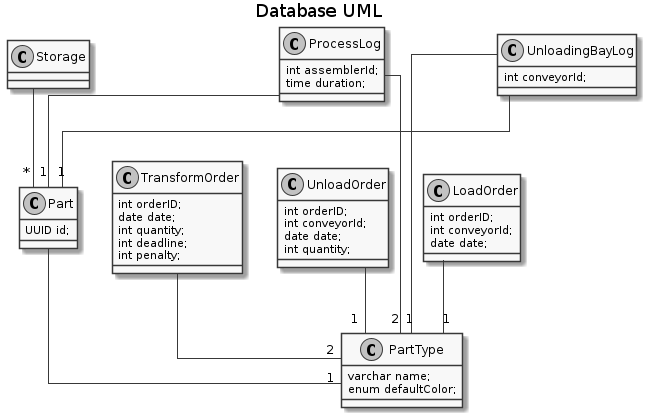
The PlantUML diagram docs/classes_uml/db.png in avrocha/plant-floor-control, before a commit.
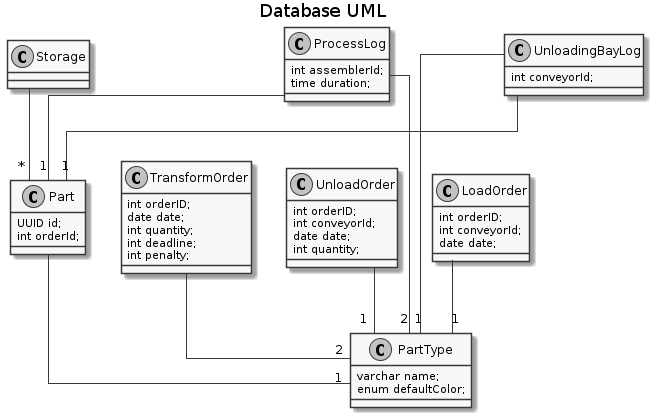
Later version of the same file.

Commit message:
UML: Generated UML pictures and added active threads indicator

Diff of the diagram source:
```diff
@@ -12,6 +12,7 @@
 
 class Part{
 	UUID id;
+  int orderId;
 }
 
 Part --"1" PartType
```
